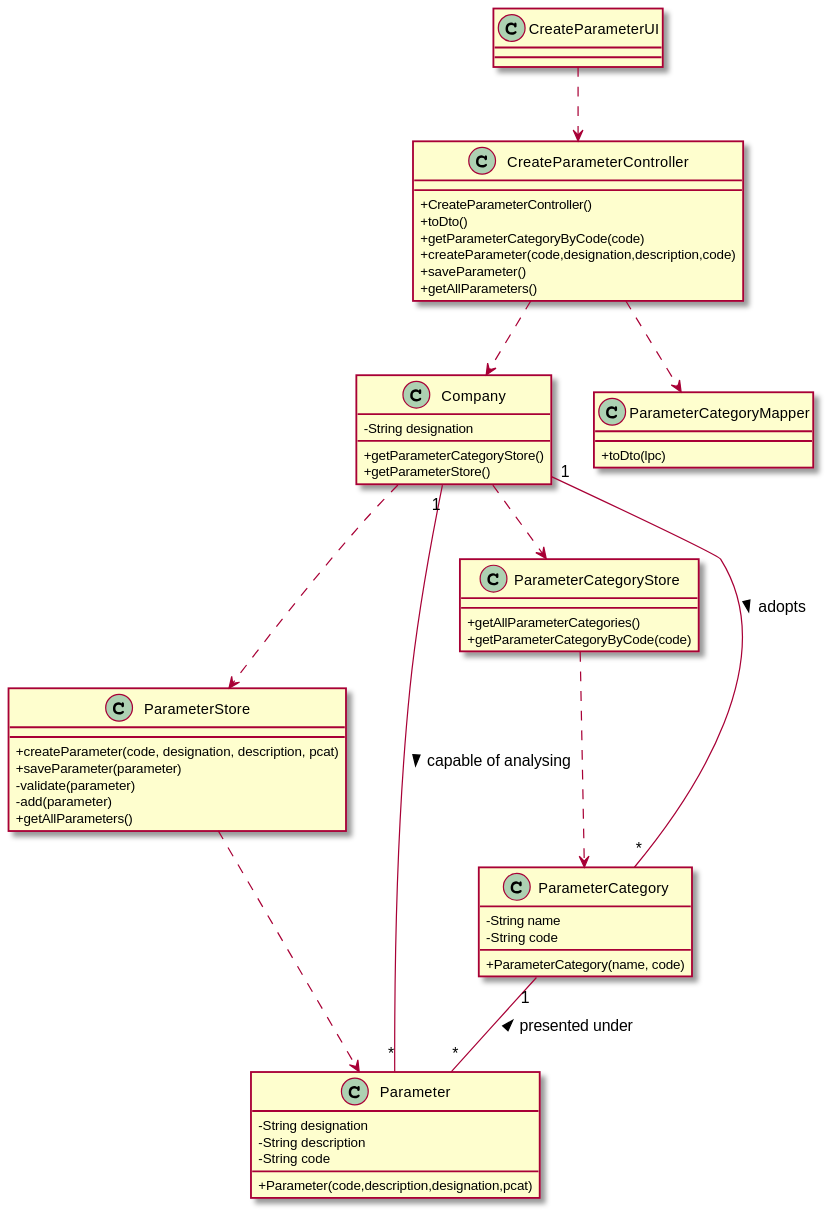
Above: docs/SprintB/US10/US10-CD.svg in 0franciscor/lei-21-s2-1de-g19 (PlantUML), before the change.
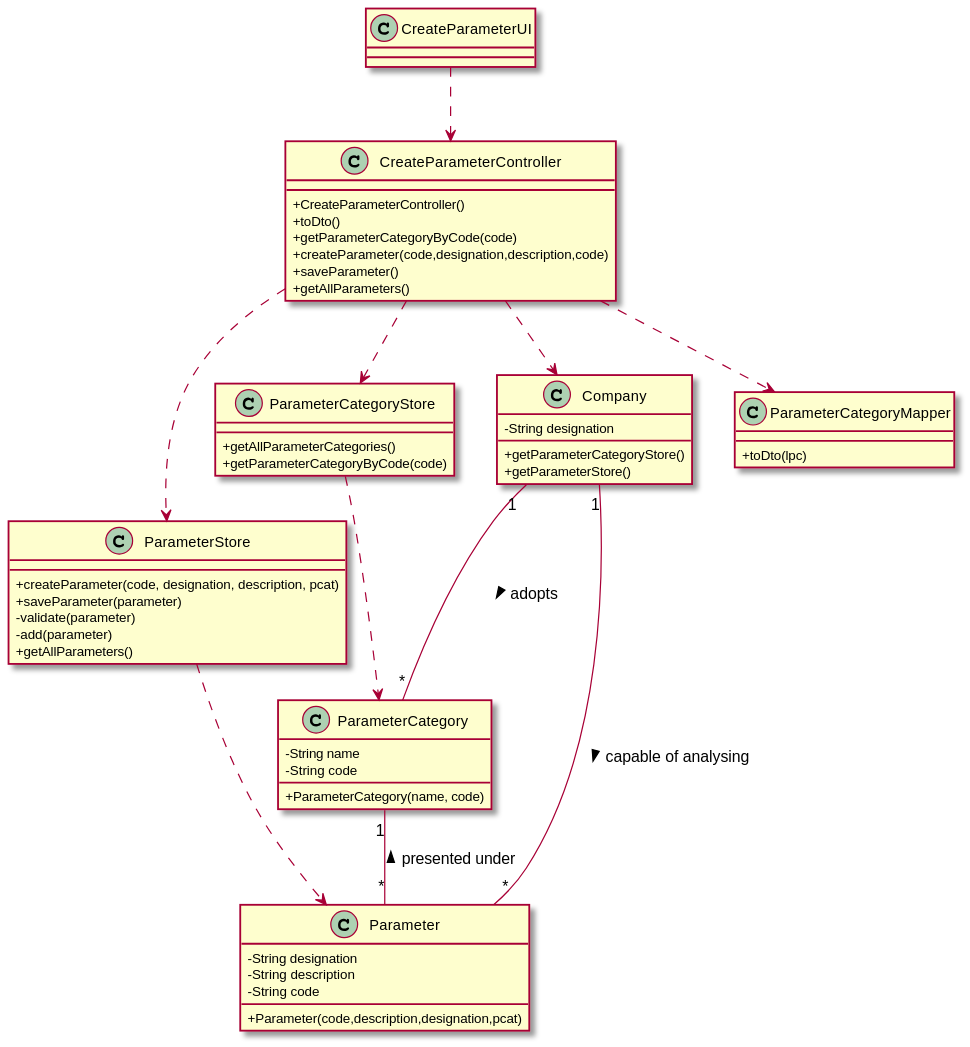
Above is the later version.

Change to the diagram source:
```diff
@@ -57,8 +57,8 @@
 CreateParameterUI ..> CreateParameterController
 CreateParameterController ..> ParameterCategoryMapper
 CreateParameterController ..> Company
-Company ..> ParameterStore
-Company ..> ParameterCategoryStore
+CreateParameterController ..> ParameterStore
+CreateParameterController ..> ParameterCategoryStore
 ParameterStore ..> Parameter
 ParameterCategoryStore ..> ParameterCategory
 
```
